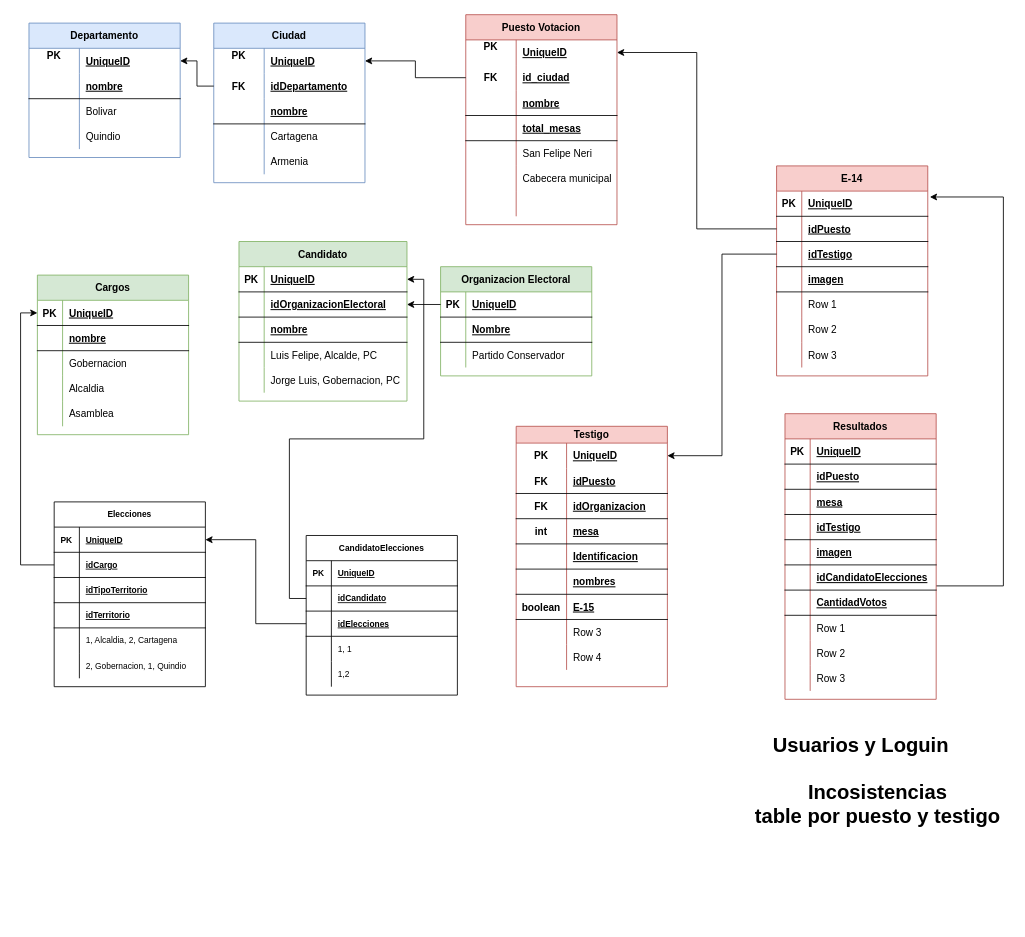
This is page "Modelo E-R" (1 of 3) of Testigos Electorales.drawio from jlchavarriaga/TestigosElectorales, a draw.io file, before an edit. Source tidied: cells renumbered, new cells numbered last; positions are measured from the earlier drawing's top-left corner, leaving out a move shared by most shapes. Both pictures are drawn from the tidied source at 84%, with x=0, y=0 at pixel (29, 14).
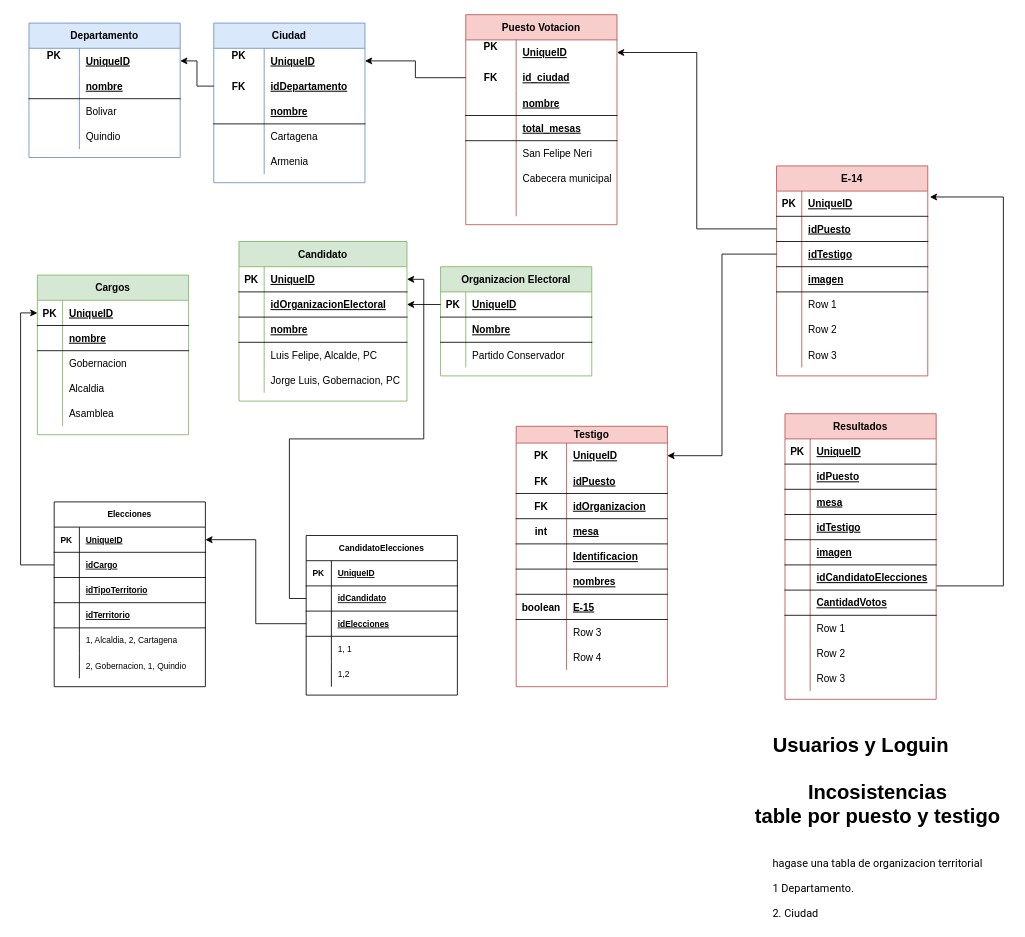
After the change.

Change to the diagram source:
```diff
@@
+    <mxCell id="223" value="&lt;div style=&quot;-webkit-tap-highlight-color: transparent; color: var(--hotlane-on-background-color); font-size: 0.8125rem; line-height: 1.25rem; padding-top: 0px; overflow-wrap: break-word; font-family: Roboto, arial, sans-serif; font-weight: 400; text-align: left; background-color: rgb(255, 255, 255);&quot; class=&quot;oIy2qc&quot;&gt;hagase una tabla de organizacion territorial&lt;/div&gt;&lt;div style=&quot;-webkit-tap-highlight-color: transparent; color: var(--hotlane-on-background-color); font-size: 0.8125rem; line-height: 1.25rem; padding-top: 0.625rem; overflow-wrap: break-word; font-family: Roboto, arial, sans-serif; font-weight: 400; text-align: left; background-color: rgb(255, 255, 255);&quot; class=&quot;oIy2qc&quot;&gt;1 Departamento.&lt;/div&gt;&lt;div style=&quot;-webkit-tap-highlight-color: transparent; color: var(--hotlane-on-background-color); font-size: 0.8125rem; line-height: 1.25rem; padding-top: 0.625rem; overflow-wrap: break-word; font-family: Roboto, arial, sans-serif; font-weight: 400; text-align: left; background-color: rgb(255, 255, 255);&quot; class=&quot;oIy2qc&quot;&gt;2. Ciudad&lt;/div&gt;" style="text;strokeColor=none;fillColor=none;html=1;fontSize=24;fontStyle=1;verticalAlign=middle;align=center;fontColor=#000000;" parent="1" vertex="1">
+      <mxGeometry x="960" y="1020" width="100" height="40" as="geometry" />
+    </mxCell>
```
